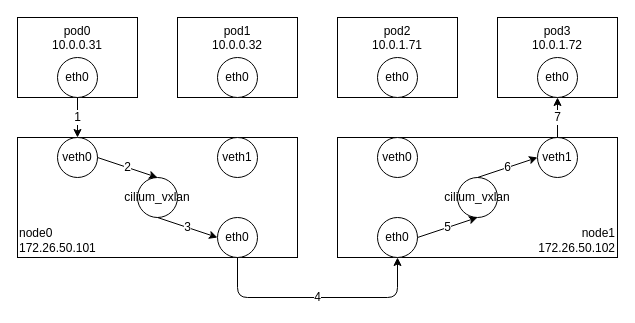
Before: page "ipvlan" (2 of 2) of k8s.cilium/cilium.drawio in haruband/codebook, a draw.io diagram. Source tidied: cells renumbered, new cells numbered last; positions are measured from the earlier drawing's top-left corner, leaving out a move shared by most shapes. Both pictures are drawn from the tidied source at 100%, with x=0, y=0 at pixel (17, 17).
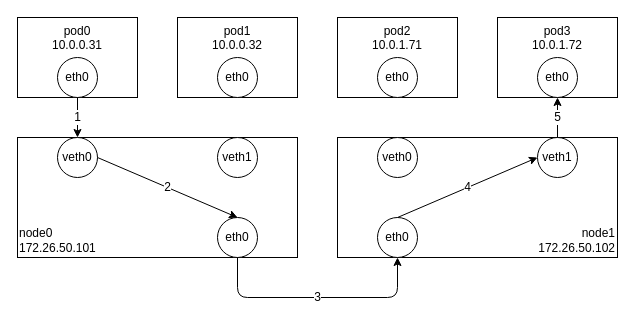
The same diagram, later.

The change refers to these unchanged cells:
```xml
<mxCell id="7" value="veth0" style="ellipse;whiteSpace=wrap;html=1;fontSize=12;" parent="1" vertex="1">
  <mxGeometry x="40" y="120" width="40" height="40" as="geometry" />
</mxCell>
<mxCell id="9" value="eth0" style="ellipse;whiteSpace=wrap;html=1;fontSize=12;" parent="1" vertex="1">
  <mxGeometry x="200" y="200" width="40" height="40" as="geometry" />
</mxCell>
<mxCell id="13" value="eth0" style="ellipse;whiteSpace=wrap;html=1;fontSize=12;" parent="1" vertex="1">
  <mxGeometry x="520" y="40" width="40" height="40" as="geometry" />
</mxCell>
<mxCell id="16" value="veth1" style="ellipse;whiteSpace=wrap;html=1;fontSize=12;" parent="1" vertex="1">
  <mxGeometry x="520" y="120" width="40" height="40" as="geometry" />
</mxCell>
<mxCell id="17" value="eth0" style="ellipse;whiteSpace=wrap;html=1;fontSize=12;" parent="1" vertex="1">
  <mxGeometry x="360" y="200" width="40" height="40" as="geometry" />
</mxCell>
```

What changed in the source:
```diff
@@
-    <mxCell id="18" value="cilium_vxlan" style="ellipse;whiteSpace=wrap;html=1;fontSize=12;" parent="1" vertex="1">
-      <mxGeometry x="120" y="160" width="40" height="40" as="geometry" />
-    </mxCell>
@@
+    <mxCell id="22" value="3" style="endArrow=classic;html=1;fontSize=12;exitX=0.5;exitY=1;exitDx=0;exitDy=0;entryX=0.5;entryY=1;entryDx=0;entryDy=0;" parent="1" edge="1" source="9" target="17">
+      <mxGeometry relative="1" as="geometry">
+        <Array as="points">
+          <mxPoint x="220" y="280" />
+          <mxPoint x="380" y="280" />
+        </Array>
+      </mxGeometry>
+    </mxCell>
+    <mxCell id="26" value="5" style="endArrow=classic;html=1;fontSize=12;exitX=0.5;exitY=0;exitDx=0;exitDy=0;entryX=0.5;entryY=1;entryDx=0;entryDy=0;" parent="1" edge="1" source="16" target="13">
+      <mxGeometry relative="1" as="geometry" />
+    </mxCell>
-    <mxCell id="20" value="2" style="endArrow=classic;html=1;fontSize=12;exitX=1;exitY=0.5;exitDx=0;exitDy=0;entryX=0.5;entryY=0;entryDx=0;entryDy=0;" parent="1" edge="1" source="7" target="18">
+    <mxCell id="20" value="2" style="endArrow=classic;html=1;fontSize=12;exitX=1;exitY=0.5;exitDx=0;exitDy=0;entryX=0.5;entryY=0;entryDx=0;entryDy=0;" parent="1" edge="1" source="7" target="9">
       <mxGeometry relative="1" as="geometry" />
     </mxCell>
-    <mxCell id="21" value="3" style="endArrow=classic;html=1;fontSize=12;exitX=0.5;exitY=1;exitDx=0;exitDy=0;entryX=0;entryY=0.5;entryDx=0;entryDy=0;" parent="1" edge="1" source="18" target="9">
-      <mxGeometry relative="1" as="geometry" />
-    </mxCell>
-    <mxCell id="22" value="4" style="endArrow=classic;html=1;fontSize=12;exitX=0.5;exitY=1;exitDx=0;exitDy=0;entryX=0.5;entryY=1;entryDx=0;entryDy=0;" parent="1" edge="1" source="9" target="17">
-      <mxGeometry relative="1" as="geometry">
-        <Array as="points">
-          <mxPoint x="220" y="280" />
-          <mxPoint x="380" y="280" />
-        </Array>
-      </mxGeometry>
-    </mxCell>
-    <mxCell id="23" value="cilium_vxlan" style="ellipse;whiteSpace=wrap;html=1;fontSize=12;" parent="1" vertex="1">
-      <mxGeometry x="440" y="160" width="40" height="40" as="geometry" />
-    </mxCell>
-    <mxCell id="24" value="5" style="endArrow=classic;html=1;fontSize=12;exitX=1;exitY=0.5;exitDx=0;exitDy=0;entryX=0.5;entryY=1;entryDx=0;entryDy=0;" parent="1" edge="1" source="17" target="23">
-      <mxGeometry relative="1" as="geometry" />
-    </mxCell>
-    <mxCell id="25" value="6" style="endArrow=classic;html=1;fontSize=12;exitX=0.5;exitY=0;exitDx=0;exitDy=0;entryX=0;entryY=0.5;entryDx=0;entryDy=0;" parent="1" edge="1" source="23" target="16">
-      <mxGeometry relative="1" as="geometry" />
-    </mxCell>
-    <mxCell id="26" value="7" style="endArrow=classic;html=1;fontSize=12;exitX=0.5;exitY=0;exitDx=0;exitDy=0;entryX=0.5;entryY=1;entryDx=0;entryDy=0;" parent="1" edge="1" source="16" target="13">
-      <mxGeometry relative="1" as="geometry" />
-    </mxCell>
+    <mxCell id="27" value="4" style="endArrow=classic;html=1;fontSize=12;exitX=0.5;exitY=0;exitDx=0;exitDy=0;entryX=0;entryY=0.5;entryDx=0;entryDy=0;" parent="1" edge="1" source="17" target="16">
+      <mxGeometry relative="1" as="geometry" />
+    </mxCell>
```
